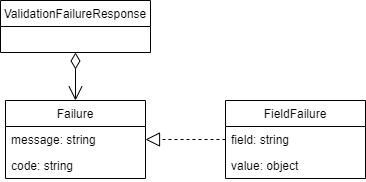
Above: .gitbook/assets/validation_error_response_model.drawio.png in Bernardo-MG/development-docs-architecture (draw.io), before the change. Source tidied: cells renumbered, new cells last; positions are measured from the earlier drawing's top-left corner, leaving out a move shared by most shapes. Source of this version:
```xml
<mxGraphModel>
  <root>
    <mxCell id="0" />
    <mxCell id="1" parent="0" />
    <mxCell id="2" value="ValidationFailureResponse" style="swimlane;fontStyle=0;horizontal=1;startSize=26;fillColor=none;" parent="1" vertex="1">
      <mxGeometry width="150" height="52" as="geometry" />
    </mxCell>
    <mxCell id="3" value="Failure" style="swimlane;fontStyle=0;horizontal=1;startSize=26;fillColor=none;" parent="1" vertex="1">
      <mxGeometry x="5" y="100" width="140" height="78" as="geometry" />
    </mxCell>
    <mxCell id="4" value="message: string" style="text;strokeColor=none;fillColor=none;align=left;verticalAlign=top;spacingLeft=4;spacingRight=4;overflow=hidden;" parent="3" vertex="1">
      <mxGeometry y="26" width="140" height="26" as="geometry" />
    </mxCell>
    <mxCell id="5" value="code: string" style="text;strokeColor=none;fillColor=none;align=left;verticalAlign=top;spacingLeft=4;spacingRight=4;overflow=hidden;" parent="3" vertex="1">
      <mxGeometry y="52" width="140" height="26" as="geometry" />
    </mxCell>
    <mxCell id="6" style="endArrow=open;html=1;endSize=12;startArrow=diamondThin;startSize=14;startFill=0;edgeStyle=orthogonalEdgeStyle;align=left;verticalAlign=bottom;rounded=0;exitX=0.5;exitY=1;exitDx=0;exitDy=0;entryX=0.5;entryY=0;entryDx=0;entryDy=0;" parent="1" edge="1" source="2" target="3">
      <mxGeometry x="-1" y="3" relative="1" as="geometry" />
    </mxCell>
    <mxCell id="7" value="FieldFailure" style="swimlane;fontStyle=0;horizontal=1;startSize=26;fillColor=none;" parent="1" vertex="1">
      <mxGeometry x="225" y="100" width="140" height="78" as="geometry" />
    </mxCell>
    <mxCell id="8" value="field: string" style="text;strokeColor=none;fillColor=none;align=left;verticalAlign=top;spacingLeft=4;spacingRight=4;overflow=hidden;" parent="7" vertex="1">
      <mxGeometry y="26" width="140" height="26" as="geometry" />
    </mxCell>
    <mxCell id="9" value="value: object" style="text;strokeColor=none;fillColor=none;align=left;verticalAlign=top;spacingLeft=4;spacingRight=4;overflow=hidden;" parent="7" vertex="1">
      <mxGeometry y="52" width="140" height="26" as="geometry" />
    </mxCell>
    <mxCell id="10" style="endArrow=block;dashed=1;endFill=0;endSize=12;html=1;rounded=0;exitX=0;exitY=0.5;exitDx=0;exitDy=0;entryX=1;entryY=0.5;entryDx=0;entryDy=0;" parent="1" edge="1" source="7" target="3">
      <mxGeometry relative="1" as="geometry" />
    </mxCell>
  </root>
</mxGraphModel>
```
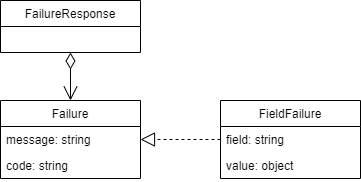
Above is the later version.

Commit message:
GitBook: [#57] No subject

Change to the diagram source:
```diff
@@ -2,8 +2,8 @@
   <root>
     <mxCell id="0" />
     <mxCell id="1" parent="0" />
-    <mxCell id="2" value="ValidationFailureResponse" style="swimlane;fontStyle=0;horizontal=1;startSize=26;fillColor=none;" parent="1" vertex="1">
-      <mxGeometry width="150" height="52" as="geometry" />
+    <mxCell id="2" value="FailureResponse" style="swimlane;fontStyle=0;horizontal=1;startSize=26;fillColor=none;" parent="1" vertex="1">
+      <mxGeometry x="5" width="140" height="52" as="geometry" />
     </mxCell>
     <mxCell id="3" value="Failure" style="swimlane;fontStyle=0;horizontal=1;startSize=26;fillColor=none;" parent="1" vertex="1">
       <mxGeometry x="5" y="100" width="140" height="78" as="geometry" />
```
